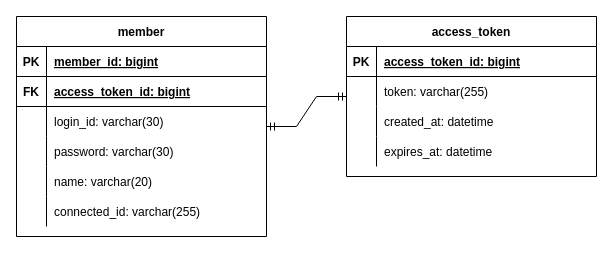
Before: ER다이어그램(자산관리앱).drawio in GunwooJo/AssetManagement, a draw.io diagram. Source tidied: cells renumbered, new cells numbered last; positions are measured from the earlier drawing's top-left corner, leaving out a move shared by most shapes. Both pictures are drawn from the tidied source at 100%, with x=0, y=0 at pixel (16, 16).
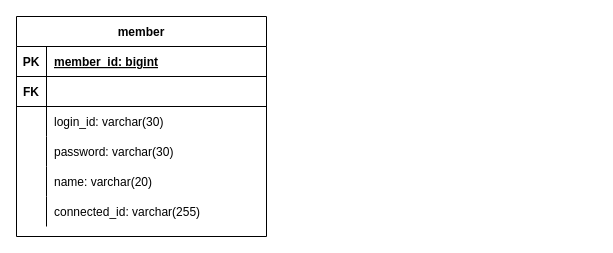
The same page after the edit.

Commit message:
access_token 테이블 삭제

The change refers to these unchanged cells:
```xml
<mxCell id="15" value="member" style="shape=table;startSize=30;childLayout=tableLayout;rowLines=0;fontStyle=1;align=center;" parent="1" vertex="1">
  <mxGeometry width="250" height="220" as="geometry" />
</mxCell>
<mxCell id="19" style="shape=partialRectangle;fillColor=none;top=0;left=0;right=0;bottom=1;" parent="15" vertex="1">
  <mxGeometry y="60" width="250" height="30" as="geometry" />
</mxCell>
```

What changed in the source:
```diff
@@
-    <mxCell id="2" value="access_token" style="shape=table;startSize=30;childLayout=tableLayout;rowLines=0;fontStyle=1;align=center;" parent="1" vertex="1">
-      <mxGeometry x="330" width="250" height="160" as="geometry" />
-    </mxCell>
-    <mxCell id="3" style="shape=partialRectangle;fillColor=none;top=0;left=0;right=0;bottom=1;" parent="2" vertex="1">
-      <mxGeometry y="30" width="250" height="30" as="geometry" />
-    </mxCell>
-    <mxCell id="4" value="PK" style="shape=partialRectangle;overflow=hidden;fillColor=none;top=0;left=0;bottom=0;right=0;fontStyle=1;" parent="3" vertex="1">
-      <mxGeometry width="30" height="30" as="geometry" />
-    </mxCell>
-    <mxCell id="5" value="access_token_id: bigint" style="shape=partialRectangle;overflow=hidden;fillColor=none;top=0;left=0;bottom=0;right=0;align=left;spacingLeft=6;fontStyle=5;" parent="3" vertex="1">
-      <mxGeometry x="30" width="220" height="30" as="geometry" />
-    </mxCell>
-    <mxCell id="6" style="shape=partialRectangle;fillColor=none;top=0;left=0;right=0;bottom=0;" parent="2" vertex="1">
-      <mxGeometry y="60" width="250" height="30" as="geometry" />
-    </mxCell>
-    <mxCell id="7" style="shape=partialRectangle;overflow=hidden;fillColor=none;top=0;left=0;bottom=0;right=0;" parent="6" vertex="1">
-      <mxGeometry width="30" height="30" as="geometry" />
-    </mxCell>
-    <mxCell id="8" value="token: varchar(255)" style="shape=partialRectangle;overflow=hidden;fillColor=none;top=0;left=0;bottom=0;right=0;align=left;spacingLeft=6;" parent="6" vertex="1">
-      <mxGeometry x="30" width="220" height="30" as="geometry" />
-    </mxCell>
-    <mxCell id="9" style="shape=partialRectangle;fillColor=none;top=0;left=0;right=0;bottom=0;" parent="2" vertex="1">
-      <mxGeometry y="90" width="250" height="30" as="geometry" />
-    </mxCell>
-    <mxCell id="10" style="shape=partialRectangle;overflow=hidden;fillColor=none;top=0;left=0;bottom=0;right=0;" parent="9" vertex="1">
-      <mxGeometry width="30" height="30" as="geometry" />
-    </mxCell>
-    <mxCell id="11" value="created_at: datetime" style="shape=partialRectangle;overflow=hidden;fillColor=none;top=0;left=0;bottom=0;right=0;align=left;spacingLeft=6;" parent="9" vertex="1">
-      <mxGeometry x="30" width="220" height="30" as="geometry" />
-    </mxCell>
-    <mxCell id="12" style="shape=partialRectangle;fillColor=none;top=0;left=0;right=0;bottom=0;" parent="2" vertex="1">
-      <mxGeometry y="120" width="250" height="30" as="geometry" />
-    </mxCell>
-    <mxCell id="13" style="shape=partialRectangle;overflow=hidden;fillColor=none;top=0;left=0;bottom=0;right=0;" parent="12" vertex="1">
-      <mxGeometry width="30" height="30" as="geometry" />
-    </mxCell>
-    <mxCell id="14" value="expires_at: datetime" style="shape=partialRectangle;overflow=hidden;fillColor=none;top=0;left=0;bottom=0;right=0;align=left;spacingLeft=6;" parent="12" vertex="1">
-      <mxGeometry x="30" width="220" height="30" as="geometry" />
-    </mxCell>
@@
-    <mxCell id="21" value="access_token_id: bigint" style="shape=partialRectangle;overflow=hidden;fillColor=none;top=0;left=0;bottom=0;right=0;align=left;spacingLeft=6;fontStyle=5;" parent="19" vertex="1">
+    <mxCell id="21" style="shape=partialRectangle;overflow=hidden;fillColor=none;top=0;left=0;bottom=0;right=0;align=left;spacingLeft=6;fontStyle=5;" parent="19" vertex="1">
       <mxGeometry x="30" width="220" height="30" as="geometry" />
     </mxCell>
@@
-    <mxCell id="34" style="edgeStyle=entityRelationEdgeStyle;fontSize=12;html=1;endArrow=ERmandOne;startArrow=ERmandOne;rounded=0;" parent="1" edge="1" source="15" target="2">
-      <mxGeometry relative="1" as="geometry" />
-    </mxCell>
```
